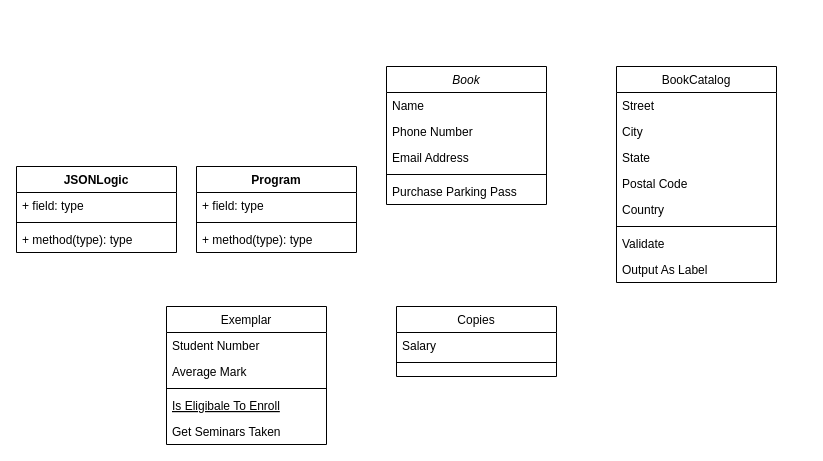
The draw.io diagram Untitled Diagram.drawio in felwanew/Virtual-library, before the edit. Source tidied: cells renumbered, new cells numbered last; positions are measured from the earlier drawing's top-left corner, leaving out a move shared by most shapes. Both pictures are drawn from the tidied source at 100%, with x=0, y=0 at pixel (16, 66).
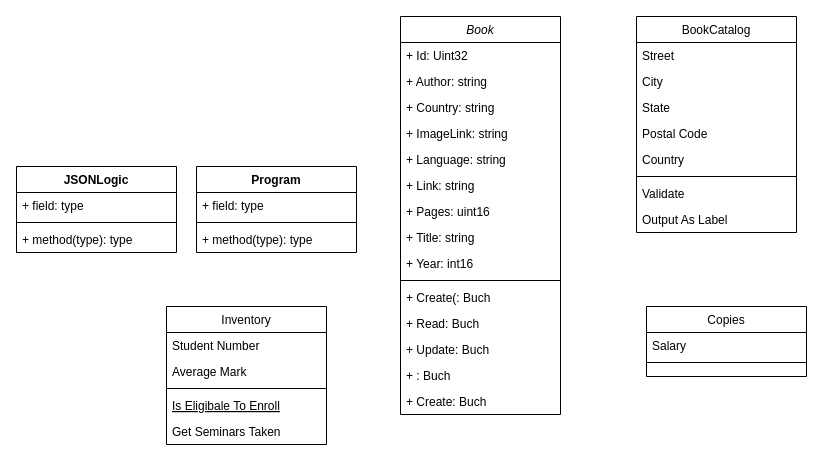
Above is the later version.

What changed in the source:
```diff
@@
     <mxCell id="2" value="Book" style="swimlane;fontStyle=2;align=center;verticalAlign=top;horizontal=1;startSize=26;rounded=0;shadow=0;strokeWidth=1;" parent="1" vertex="1">
-      <mxGeometry x="370" width="160" height="138" as="geometry" />
+      <mxGeometry x="384" y="-50" width="160" height="398" as="geometry" />
     </mxCell>
-    <mxCell id="3" value="Name" style="text;align=left;verticalAlign=top;spacingLeft=4;spacingRight=4;overflow=hidden;" parent="2" vertex="1">
+    <mxCell id="3" value="+ Id: Uint32" style="text;align=left;verticalAlign=top;spacingLeft=4;spacingRight=4;overflow=hidden;" parent="2" vertex="1">
       <mxGeometry y="26" width="160" height="26" as="geometry" />
     </mxCell>
-    <mxCell id="4" value="Phone Number" style="text;align=left;verticalAlign=top;spacingLeft=4;spacingRight=4;overflow=hidden;rounded=0;shadow=0;html=0;" parent="2" vertex="1">
+    <mxCell id="4" value="+ Author: string" style="text;align=left;verticalAlign=top;spacingLeft=4;spacingRight=4;overflow=hidden;rounded=0;shadow=0;html=0;" parent="2" vertex="1">
       <mxGeometry y="52" width="160" height="26" as="geometry" />
     </mxCell>
-    <mxCell id="5" value="Email Address" style="text;align=left;verticalAlign=top;spacingLeft=4;spacingRight=4;overflow=hidden;rounded=0;shadow=0;html=0;" parent="2" vertex="1">
+    <mxCell id="5" value="+ Country: string" style="text;align=left;verticalAlign=top;spacingLeft=4;spacingRight=4;overflow=hidden;rounded=0;shadow=0;html=0;" parent="2" vertex="1">
       <mxGeometry y="78" width="160" height="26" as="geometry" />
     </mxCell>
+    <mxCell id="34" value="+ ImageLink: string" style="text;align=left;verticalAlign=top;spacingLeft=4;spacingRight=4;overflow=hidden;rounded=0;shadow=0;html=0;" parent="2" vertex="1">
+      <mxGeometry y="104" width="160" height="26" as="geometry" />
+    </mxCell>
+    <mxCell id="7" value="+ Language: string" style="text;align=left;verticalAlign=top;spacingLeft=4;spacingRight=4;overflow=hidden;" parent="2" vertex="1">
+      <mxGeometry y="130" width="160" height="26" as="geometry" />
+    </mxCell>
+    <mxCell id="35" value="+ Link: string" style="text;align=left;verticalAlign=top;spacingLeft=4;spacingRight=4;overflow=hidden;rounded=0;shadow=0;html=0;" parent="2" vertex="1">
+      <mxGeometry y="156" width="160" height="26" as="geometry" />
+    </mxCell>
+    <mxCell id="36" value="+ Pages: uint16" style="text;align=left;verticalAlign=top;spacingLeft=4;spacingRight=4;overflow=hidden;rounded=0;shadow=0;html=0;" parent="2" vertex="1">
+      <mxGeometry y="182" width="160" height="26" as="geometry" />
+    </mxCell>
+    <mxCell id="37" value="+ Title: string" style="text;align=left;verticalAlign=top;spacingLeft=4;spacingRight=4;overflow=hidden;" parent="2" vertex="1">
+      <mxGeometry y="208" width="160" height="26" as="geometry" />
+    </mxCell>
+    <mxCell id="38" value="+ Year: int16" style="text;align=left;verticalAlign=top;spacingLeft=4;spacingRight=4;overflow=hidden;" parent="2" vertex="1">
+      <mxGeometry y="234" width="160" height="26" as="geometry" />
+    </mxCell>
     <mxCell id="6" style="line;html=1;strokeWidth=1;align=left;verticalAlign=middle;spacingTop=-1;spacingLeft=3;spacingRight=3;labelPosition=right;" parent="2" vertex="1">
-      <mxGeometry y="104" width="160" height="8" as="geometry" />
+      <mxGeometry y="260" width="160" height="8" as="geometry" />
     </mxCell>
-    <mxCell id="7" value="Purchase Parking Pass" style="text;align=left;verticalAlign=top;spacingLeft=4;spacingRight=4;overflow=hidden;" parent="2" vertex="1">
-      <mxGeometry y="112" width="160" height="26" as="geometry" />
-    </mxCell>
+    <mxCell id="39" value="+ Create(: Buch" style="text;align=left;verticalAlign=top;spacingLeft=4;spacingRight=4;overflow=hidden;" parent="2" vertex="1">
+      <mxGeometry y="268" width="160" height="26" as="geometry" />
+    </mxCell>
+    <mxCell id="40" value="+ Read: Buch" style="text;align=left;verticalAlign=top;spacingLeft=4;spacingRight=4;overflow=hidden;" parent="2" vertex="1">
+      <mxGeometry y="294" width="160" height="26" as="geometry" />
+    </mxCell>
+    <mxCell id="41" value="+ Update: Buch" style="text;align=left;verticalAlign=top;spacingLeft=4;spacingRight=4;overflow=hidden;" parent="2" vertex="1">
+      <mxGeometry y="320" width="160" height="26" as="geometry" />
+    </mxCell>
+    <mxCell id="42" value="+ : Buch" style="text;align=left;verticalAlign=top;spacingLeft=4;spacingRight=4;overflow=hidden;" parent="2" vertex="1">
+      <mxGeometry y="346" width="160" height="26" as="geometry" />
+    </mxCell>
+    <mxCell id="43" value="+ Create: Buch" style="text;align=left;verticalAlign=top;spacingLeft=4;spacingRight=4;overflow=hidden;" parent="2" vertex="1">
+      <mxGeometry y="372" width="160" height="26" as="geometry" />
+    </mxCell>
-    <mxCell id="8" value="Exemplar" style="swimlane;fontStyle=0;align=center;verticalAlign=top;horizontal=1;startSize=26;rounded=0;shadow=0;strokeWidth=1;" parent="1" vertex="1">
+    <mxCell id="8" value="Inventory" style="swimlane;fontStyle=0;align=center;verticalAlign=top;horizontal=1;startSize=26;rounded=0;shadow=0;strokeWidth=1;" parent="1" vertex="1">
       <mxGeometry x="150" y="240" width="160" height="138" as="geometry" />
     </mxCell>
@@
     <mxCell id="14" value="Copies" style="swimlane;fontStyle=0;align=center;verticalAlign=top;horizontal=1;startSize=26;rounded=0;shadow=0;strokeWidth=1;" parent="1" vertex="1">
-      <mxGeometry x="380" y="240" width="160" height="70" as="geometry" />
+      <mxGeometry x="630" y="240" width="160" height="70" as="geometry" />
     </mxCell>
@@
     <mxCell id="17" value="BookCatalog" style="swimlane;fontStyle=0;align=center;verticalAlign=top;horizontal=1;startSize=26;rounded=0;shadow=0;strokeWidth=1;" parent="1" vertex="1">
-      <mxGeometry x="600" width="160" height="216" as="geometry" />
+      <mxGeometry x="620" y="-50" width="160" height="216" as="geometry" />
     </mxCell>
```
